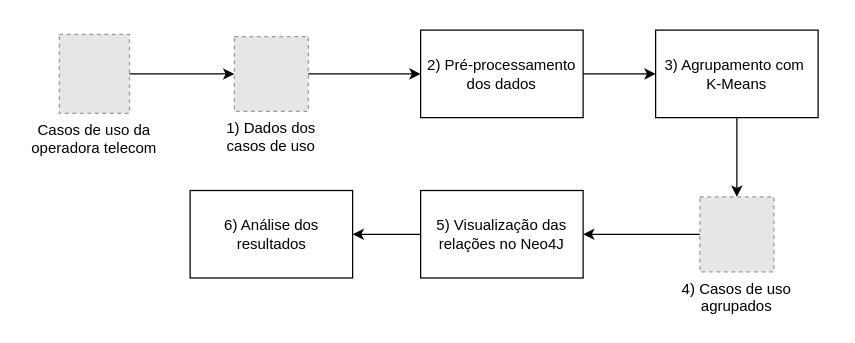
Before: metodologia.drawio in patrickm97/Prototipo, a draw.io diagram. Source tidied: cells renumbered, new cells numbered last; positions are measured from the earlier drawing's top-left corner, leaving out a move shared by most shapes. Both pictures are drawn from the tidied source at 125%, with x=0, y=0 at pixel (21, 21). Pictures stored in the file or linked from it are replaced by grey dashed boxes.
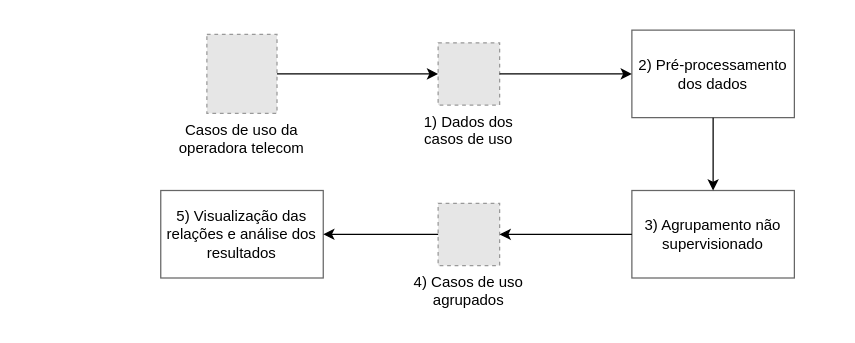
Above is the later version.

The edit, as a diff of the source:
```diff
@@
 <mxGraphModel>
   <root>
     <mxCell id="0" />
     <mxCell id="1" parent="0" />
     <mxCell id="2" style="rounded=0;whiteSpace=wrap;html=1;strokeWidth=0;strokeColor=none;" parent="1" vertex="1">
-      <mxGeometry width="650" height="240" as="geometry" />
+      <mxGeometry x="100" width="530" height="240" as="geometry" />
     </mxCell>
     <mxCell id="3" value="1) Dados dos &#10;casos de uso" style="fillColor=#E6E6E6;strokeColor=#999999;dashed=1;verticalLabelPosition=bottom;labelBackgroundColor=default;verticalAlign=top;" parent="1" vertex="1">
-      <mxGeometry x="170" y="11.7" width="59.2" height="59.9" as="geometry" />
+      <mxGeometry x="333" y="16.7" width="49.2" height="49.8" as="geometry" />
     </mxCell>
     <mxCell id="4" value="Casos de uso da &#10;operadora telecom" style="fillColor=#E6E6E6;strokeColor=#999999;dashed=1;verticalLabelPosition=bottom;labelBackgroundColor=default;verticalAlign=top;" parent="1" vertex="1">
-      <mxGeometry x="30" y="10" width="56.1" height="63.2" as="geometry" />
+      <mxGeometry x="148" y="10" width="56.1" height="63.2" as="geometry" />
     </mxCell>
-    <mxCell id="5" value="2) Pré-processamento&lt;br&gt;dos dados" style="rounded=0;whiteSpace=wrap;html=1;" parent="1" vertex="1">
-      <mxGeometry x="319" y="6.6" width="130" height="70" as="geometry" />
+    <mxCell id="5" value="2) Pré-processamento&lt;br&gt;dos dados" style="rounded=0;whiteSpace=wrap;html=1;strokeColor=#666666;" parent="1" vertex="1">
+      <mxGeometry x="488" y="6.6" width="130" height="70" as="geometry" />
     </mxCell>
-    <mxCell id="6" value="3) Agrupamento com&amp;nbsp;&lt;br&gt;K-Means" style="rounded=0;whiteSpace=wrap;html=1;" parent="1" vertex="1">
-      <mxGeometry x="507" y="6.6" width="130" height="70" as="geometry" />
+    <mxCell id="6" value="3) Agrupamento não supervisionado" style="rounded=0;whiteSpace=wrap;html=1;strokeColor=#666666;" parent="1" vertex="1">
+      <mxGeometry x="488" y="134.9" width="130" height="70" as="geometry" />
     </mxCell>
     <mxCell id="7" value="4) Casos de uso&#10;agrupados" style="fillColor=#E6E6E6;strokeColor=#999999;dashed=1;verticalLabelPosition=bottom;labelBackgroundColor=default;verticalAlign=top;" parent="1" vertex="1">
-      <mxGeometry x="542.4" y="140" width="59.2" height="59.9" as="geometry" />
+      <mxGeometry x="333" y="145.1" width="49.2" height="49.8" as="geometry" />
     </mxCell>
-    <mxCell id="8" value="5) Visualização das&lt;br&gt;relações no Neo4J" style="rounded=0;whiteSpace=wrap;html=1;" parent="1" vertex="1">
-      <mxGeometry x="319" y="134.9" width="130" height="70" as="geometry" />
+    <mxCell id="8" value="5) Visualização das&lt;br&gt;relações e análise dos resultados" style="rounded=0;whiteSpace=wrap;html=1;strokeColor=#666666;" parent="1" vertex="1">
+      <mxGeometry x="111.1" y="134.9" width="130" height="70" as="geometry" />
     </mxCell>
-    <mxCell id="9" value="6) Análise dos resultados" style="rounded=0;whiteSpace=wrap;html=1;" parent="1" vertex="1">
-      <mxGeometry x="134.6" y="134.9" width="130" height="70" as="geometry" />
-    </mxCell>
     <mxCell id="10" style="endArrow=classic;html=1;rounded=0;entryX=0;entryY=0.5;entryDx=0;entryDy=0;" parent="1" edge="1" source="4" target="3">
       <mxGeometry relative="1" as="geometry" />
     </mxCell>
     <mxCell id="11" style="endArrow=classic;html=1;rounded=0;entryX=0;entryY=0.5;entryDx=0;entryDy=0;exitX=1;exitY=0.5;exitDx=0;exitDy=0;" parent="1" edge="1" source="3" target="5">
       <mxGeometry relative="1" as="geometry" />
     </mxCell>
-    <mxCell id="12" style="endArrow=classic;html=1;rounded=0;entryX=0;entryY=0.5;entryDx=0;entryDy=0;exitX=1;exitY=0.5;exitDx=0;exitDy=0;" parent="1" edge="1" source="5" target="6">
+    <mxCell id="12" style="endArrow=classic;html=1;rounded=0;entryX=0.5;entryY=0;entryDx=0;entryDy=0;exitX=0.5;exitY=1;exitDx=0;exitDy=0;" parent="1" edge="1" source="5" target="6">
       <mxGeometry relative="1" as="geometry" />
     </mxCell>
-    <mxCell id="13" style="endArrow=classic;html=1;rounded=0;entryX=0.5;entryY=0;entryDx=0;entryDy=0;exitX=0.5;exitY=1;exitDx=0;exitDy=0;" parent="1" edge="1" source="6" target="7">
+    <mxCell id="13" style="endArrow=classic;html=1;rounded=0;entryX=1;entryY=0.5;entryDx=0;entryDy=0;exitX=0;exitY=0.5;exitDx=0;exitDy=0;" parent="1" edge="1" source="6" target="7">
       <mxGeometry relative="1" as="geometry" />
     </mxCell>
     <mxCell id="14" style="endArrow=classic;html=1;rounded=0;entryX=1;entryY=0.5;entryDx=0;entryDy=0;exitX=0;exitY=0.5;exitDx=0;exitDy=0;" parent="1" edge="1" source="7" target="8">
       <mxGeometry relative="1" as="geometry" />
     </mxCell>
-    <mxCell id="15" style="endArrow=classic;html=1;rounded=0;entryX=1;entryY=0.5;entryDx=0;entryDy=0;exitX=0;exitY=0.5;exitDx=0;exitDy=0;" parent="1" edge="1" source="8" target="9">
-      <mxGeometry relative="1" as="geometry" />
-    </mxCell>
   </root>
 </mxGraphModel>
```
